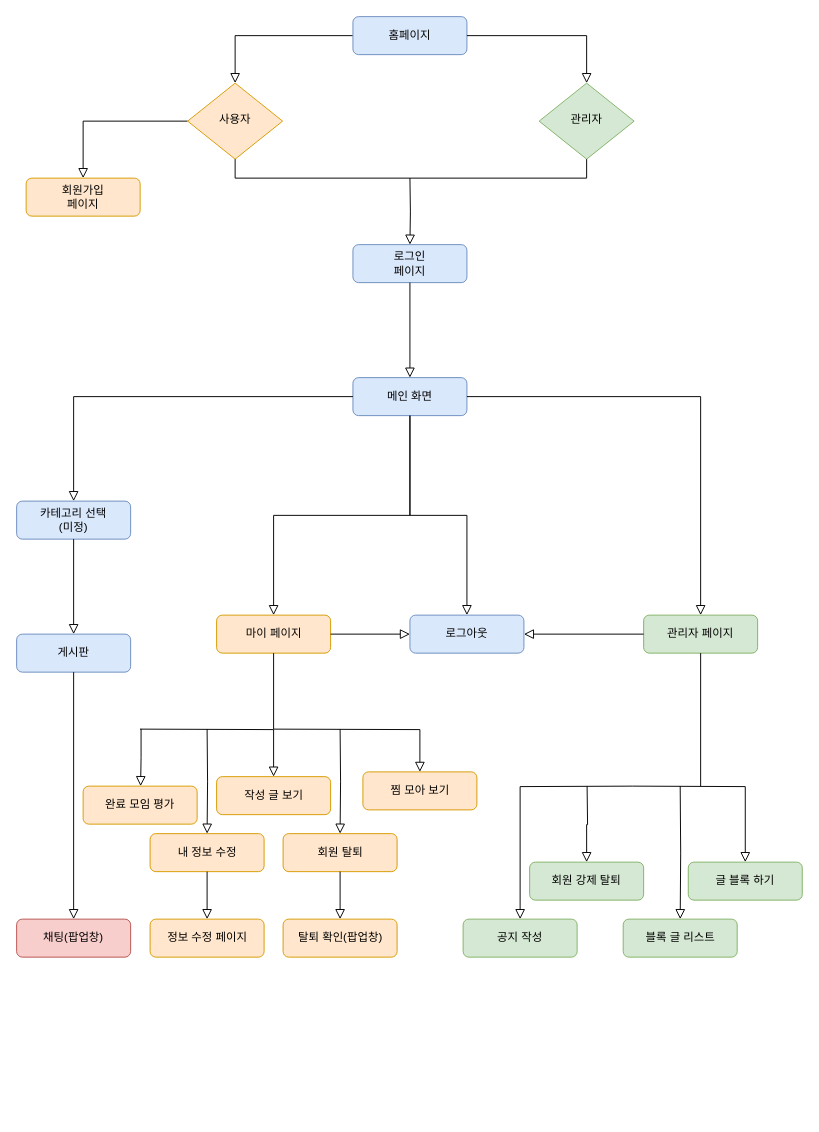
Before: Untitled Diagram.drawio in jypark4205/Guham, a draw.io diagram. Source tidied: cells renumbered, new cells numbered last; positions are measured from the earlier drawing's top-left corner, leaving out a move shared by most shapes. Both pictures are drawn from the tidied source at 95%, with x=0, y=0 at pixel (16, 16).
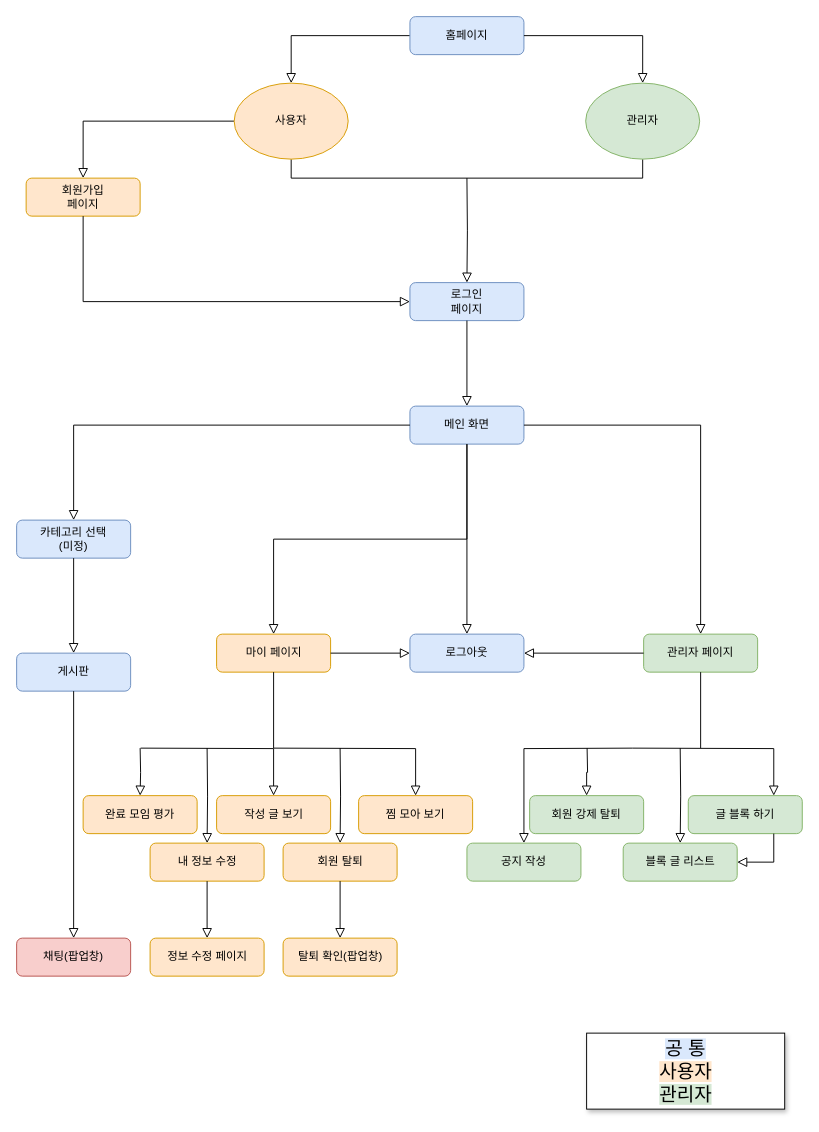
After the change.

The change refers to these unchanged cells:
```xml
<mxCell id="10" value="회원가입&lt;br&gt;페이지" style="rounded=1;whiteSpace=wrap;html=1;fontSize=12;glass=0;strokeWidth=1;shadow=0;fillColor=#ffe6cc;strokeColor=#d79b00;" parent="1" vertex="1">
  <mxGeometry x="10" y="170" width="120" height="40" as="geometry" />
</mxCell>
```

Diff of the diagram source:
```diff
@@
-    <mxCell id="2" style="rounded=0;html=1;jettySize=auto;fontSize=11;endArrow=block;endFill=0;endSize=8;strokeWidth=1;shadow=0;labelBackgroundColor=none;edgeStyle=orthogonalEdgeStyle;exitX=0;exitY=0.5;exitDx=0;exitDy=0;" parent="1" edge="1" source="3" target="5">
+    <mxCell id="2" style="rounded=0;html=1;jettySize=auto;fontSize=11;endArrow=block;endFill=0;endSize=8;strokeWidth=1;shadow=0;labelBackgroundColor=none;edgeStyle=orthogonalEdgeStyle;exitX=0;exitY=0.5;exitDx=0;exitDy=0;entryX=0.5;entryY=0;entryDx=0;entryDy=0;" parent="1" edge="1" source="3" target="5">
       <mxGeometry relative="1" as="geometry" />
     </mxCell>
     <mxCell id="3" value="홈페이지" style="rounded=1;whiteSpace=wrap;html=1;fontSize=12;glass=0;strokeWidth=1;shadow=0;fillColor=#dae8fc;strokeColor=#6c8ebf;" parent="1" vertex="1">
-      <mxGeometry x="354" width="120" height="40" as="geometry" />
+      <mxGeometry x="414" width="120" height="40" as="geometry" />
     </mxCell>
-    <mxCell id="4" style="rounded=0;html=1;jettySize=auto;fontSize=11;endArrow=block;endFill=0;endSize=8;strokeWidth=1;shadow=0;labelBackgroundColor=none;edgeStyle=orthogonalEdgeStyle;entryX=0.5;entryY=0;entryDx=0;entryDy=0;" parent="1" edge="1" source="5" target="10">
+    <mxCell id="4" style="rounded=0;html=1;jettySize=auto;fontSize=11;endArrow=block;endFill=0;endSize=8;strokeWidth=1;shadow=0;labelBackgroundColor=none;edgeStyle=orthogonalEdgeStyle;entryX=0.5;entryY=0;entryDx=0;entryDy=0;exitX=0;exitY=0.5;exitDx=0;exitDy=0;" parent="1" edge="1" source="5" target="10">
       <mxGeometry y="20" relative="1" as="geometry" />
     </mxCell>
-    <mxCell id="5" value="사용자" style="rhombus;whiteSpace=wrap;html=1;shadow=0;fontFamily=Helvetica;fontSize=12;align=center;strokeWidth=1;spacing=6;spacingTop=-4;fillColor=#ffe6cc;strokeColor=#d79b00;" parent="1" vertex="1">
-      <mxGeometry x="180" y="70" width="100" height="80" as="geometry" />
-    </mxCell>
     <mxCell id="6" value="공지 작성" style="rounded=1;whiteSpace=wrap;html=1;fontSize=12;glass=0;strokeWidth=1;shadow=0;fillColor=#d5e8d4;strokeColor=#82b366;" parent="1" vertex="1">
-      <mxGeometry x="470" y="950" width="120" height="40" as="geometry" />
+      <mxGeometry x="474" y="870" width="120" height="40" as="geometry" />
     </mxCell>
     <mxCell id="7" value="로그인&lt;br&gt;페이지" style="rounded=1;whiteSpace=wrap;html=1;fontSize=12;glass=0;strokeWidth=1;shadow=0;fillColor=#dae8fc;strokeColor=#6c8ebf;" parent="1" vertex="1">
-      <mxGeometry x="354" y="240" width="120" height="40" as="geometry" />
+      <mxGeometry x="414" y="280" width="120" height="40" as="geometry" />
     </mxCell>
-    <mxCell id="8" value="관리자" style="rhombus;whiteSpace=wrap;html=1;shadow=0;fontFamily=Helvetica;fontSize=12;align=center;strokeWidth=1;spacing=6;spacingTop=-4;fillColor=#d5e8d4;strokeColor=#82b366;" parent="1" vertex="1">
-      <mxGeometry x="550" y="70" width="100" height="80" as="geometry" />
-    </mxCell>
-    <mxCell id="9" style="rounded=0;html=1;jettySize=auto;fontSize=11;endArrow=block;endFill=0;endSize=8;strokeWidth=1;shadow=0;labelBackgroundColor=none;edgeStyle=orthogonalEdgeStyle;exitX=1;exitY=0.5;exitDx=0;exitDy=0;" parent="1" edge="1" source="3" target="8">
+    <mxCell id="9" style="rounded=0;html=1;jettySize=auto;fontSize=11;endArrow=block;endFill=0;endSize=8;strokeWidth=1;shadow=0;labelBackgroundColor=none;edgeStyle=orthogonalEdgeStyle;exitX=1;exitY=0.5;exitDx=0;exitDy=0;entryX=0.5;entryY=0;entryDx=0;entryDy=0;" parent="1" edge="1" source="3" target="8">
       <mxGeometry relative="1" as="geometry" />
     </mxCell>
@@
     <mxCell id="11" value="메인 화면" style="rounded=1;whiteSpace=wrap;html=1;fontSize=12;glass=0;strokeWidth=1;shadow=0;fillColor=#dae8fc;strokeColor=#6c8ebf;" parent="1" vertex="1">
-      <mxGeometry x="354" y="380" width="120" height="40" as="geometry" />
+      <mxGeometry x="414" y="410" width="120" height="40" as="geometry" />
     </mxCell>
     <mxCell id="12" value="카테고리 선택&lt;br&gt;(미정)" style="rounded=1;whiteSpace=wrap;html=1;fontSize=12;glass=0;strokeWidth=1;shadow=0;fillColor=#dae8fc;strokeColor=#6c8ebf;" parent="1" vertex="1">
-      <mxGeometry y="510" width="120" height="40" as="geometry" />
+      <mxGeometry y="530" width="120" height="40" as="geometry" />
     </mxCell>
     <mxCell id="13" value="마이 페이지" style="rounded=1;whiteSpace=wrap;html=1;fontSize=12;glass=0;strokeWidth=1;shadow=0;fillColor=#ffe6cc;strokeColor=#d79b00;" parent="1" vertex="1">
-      <mxGeometry x="210.5" y="630" width="120" height="40" as="geometry" />
+      <mxGeometry x="210.5" y="650" width="120" height="40" as="geometry" />
     </mxCell>
     <mxCell id="14" value="게시판" style="rounded=1;whiteSpace=wrap;html=1;fontSize=12;glass=0;strokeWidth=1;shadow=0;fillColor=#dae8fc;strokeColor=#6c8ebf;" parent="1" vertex="1">
-      <mxGeometry y="650" width="120" height="40" as="geometry" />
+      <mxGeometry y="670" width="120" height="40" as="geometry" />
     </mxCell>
     <mxCell id="15" value="채팅(팝업창)" style="rounded=1;whiteSpace=wrap;html=1;fontSize=12;glass=0;strokeWidth=1;shadow=0;fillColor=#f8cecc;strokeColor=#b85450;" parent="1" vertex="1">
-      <mxGeometry y="950" width="120" height="40" as="geometry" />
+      <mxGeometry y="970" width="120" height="40" as="geometry" />
     </mxCell>
     <mxCell id="16" value="완료 모임 평가" style="rounded=1;whiteSpace=wrap;html=1;fontSize=12;glass=0;strokeWidth=1;shadow=0;fillColor=#ffe6cc;strokeColor=#d79b00;" parent="1" vertex="1">
-      <mxGeometry x="70" y="810" width="120" height="40" as="geometry" />
+      <mxGeometry x="70" y="820" width="120" height="40" as="geometry" />
     </mxCell>
     <mxCell id="17" value="작성 글 보기" style="rounded=1;whiteSpace=wrap;html=1;fontSize=12;glass=0;strokeWidth=1;shadow=0;fillColor=#ffe6cc;strokeColor=#d79b00;" parent="1" vertex="1">
-      <mxGeometry x="210.5" y="800" width="120" height="40" as="geometry" />
+      <mxGeometry x="210.5" y="820" width="120" height="40" as="geometry" />
     </mxCell>
     <mxCell id="18" value="찜 모아 보기" style="rounded=1;whiteSpace=wrap;html=1;fontSize=12;glass=0;strokeWidth=1;shadow=0;fillColor=#ffe6cc;strokeColor=#d79b00;" parent="1" vertex="1">
-      <mxGeometry x="364.5" y="795" width="120" height="40" as="geometry" />
+      <mxGeometry x="360" y="820" width="120" height="40" as="geometry" />
     </mxCell>
     <mxCell id="19" value="내 정보 수정" style="rounded=1;whiteSpace=wrap;html=1;fontSize=12;glass=0;strokeWidth=1;shadow=0;fillColor=#ffe6cc;strokeColor=#d79b00;" parent="1" vertex="1">
-      <mxGeometry x="140.5" y="860" width="120" height="40" as="geometry" />
+      <mxGeometry x="140.5" y="870" width="120" height="40" as="geometry" />
     </mxCell>
     <mxCell id="20" value="회원 탈퇴" style="rounded=1;whiteSpace=wrap;html=1;fontSize=12;glass=0;strokeWidth=1;shadow=0;fillColor=#ffe6cc;strokeColor=#d79b00;" parent="1" vertex="1">
-      <mxGeometry x="280.5" y="860" width="120" height="40" as="geometry" />
+      <mxGeometry x="280.5" y="870" width="120" height="40" as="geometry" />
     </mxCell>
     <mxCell id="21" value="정보 수정 페이지" style="rounded=1;whiteSpace=wrap;html=1;fontSize=12;glass=0;strokeWidth=1;shadow=0;fillColor=#ffe6cc;strokeColor=#d79b00;" parent="1" vertex="1">
-      <mxGeometry x="140.5" y="950" width="120" height="40" as="geometry" />
+      <mxGeometry x="140.5" y="970" width="120" height="40" as="geometry" />
     </mxCell>
     <mxCell id="22" value="탈퇴 확인(팝업창)" style="rounded=1;whiteSpace=wrap;html=1;fontSize=12;glass=0;strokeWidth=1;shadow=0;fillColor=#ffe6cc;strokeColor=#d79b00;" parent="1" vertex="1">
-      <mxGeometry x="280.5" y="950" width="120" height="40" as="geometry" />
+      <mxGeometry x="280.5" y="970" width="120" height="40" as="geometry" />
     </mxCell>
@@
     <mxCell id="29" style="rounded=0;html=1;jettySize=auto;fontSize=11;endArrow=block;endFill=0;endSize=8;strokeWidth=1;shadow=0;labelBackgroundColor=none;edgeStyle=orthogonalEdgeStyle;" parent="1" edge="1" target="17">
       <mxGeometry relative="1" as="geometry">
-        <mxPoint x="130.5" y="750" as="sourcePoint" />
+        <mxPoint x="130.5" y="770" as="sourcePoint" />
       </mxGeometry>
     </mxCell>
     <mxCell id="30" style="rounded=0;html=1;jettySize=auto;fontSize=11;endArrow=block;endFill=0;endSize=8;strokeWidth=1;shadow=0;labelBackgroundColor=none;edgeStyle=orthogonalEdgeStyle;entryX=0.5;entryY=0;entryDx=0;entryDy=0;" parent="1" edge="1" target="18">
       <mxGeometry relative="1" as="geometry">
-        <mxPoint x="270.5" y="750" as="sourcePoint" />
+        <mxPoint x="270.5" y="770" as="sourcePoint" />
       </mxGeometry>
     </mxCell>
     <mxCell id="31" style="rounded=0;html=1;jettySize=auto;fontSize=11;endArrow=block;endFill=0;endSize=8;strokeWidth=1;shadow=0;labelBackgroundColor=none;edgeStyle=orthogonalEdgeStyle;exitX=0.5;exitY=1;exitDx=0;exitDy=0;entryX=0.5;entryY=0;entryDx=0;entryDy=0;" parent="1" edge="1" target="19">
       <mxGeometry relative="1" as="geometry">
-        <mxPoint x="200.5" y="750" as="sourcePoint" />
+        <mxPoint x="200.5" y="770" as="sourcePoint" />
       </mxGeometry>
     </mxCell>
     <mxCell id="32" style="rounded=0;html=1;jettySize=auto;fontSize=11;endArrow=block;endFill=0;endSize=8;strokeWidth=1;shadow=0;labelBackgroundColor=none;edgeStyle=orthogonalEdgeStyle;entryX=0.5;entryY=0;entryDx=0;entryDy=0;startArrow=none;" parent="1" edge="1" target="20">
       <mxGeometry relative="1" as="geometry">
-        <mxPoint x="340.5" y="750" as="sourcePoint" />
+        <mxPoint x="340.5" y="770" as="sourcePoint" />
       </mxGeometry>
     </mxCell>
@@
-    <mxCell id="36" style="endArrow=none;html=1;rounded=0;entryX=0.5;entryY=1;entryDx=0;entryDy=0;exitX=0.5;exitY=1;exitDx=0;exitDy=0;" parent="1" edge="1" source="5" target="8">
+    <mxCell id="36" style="endArrow=none;html=1;rounded=0;exitX=0.5;exitY=1;exitDx=0;exitDy=0;entryX=0.5;entryY=1;entryDx=0;entryDy=0;" parent="1" edge="1" source="5" target="8">
       <mxGeometry relative="1" as="geometry">
         <Array as="points">
-          <mxPoint x="230" y="170" />
-          <mxPoint x="600" y="170" />
+          <mxPoint x="289" y="170" />
+          <mxPoint x="659" y="170" />
         </Array>
       </mxGeometry>
     </mxCell>
     <mxCell id="37" style="rounded=0;html=1;jettySize=auto;fontSize=11;endArrow=block;endFill=0;endSize=8;strokeWidth=1;shadow=0;labelBackgroundColor=none;edgeStyle=orthogonalEdgeStyle;entryX=0.5;entryY=0;entryDx=0;entryDy=0;" parent="1" edge="1" target="7">
       <mxGeometry relative="1" as="geometry">
-        <mxPoint x="414" y="170" as="sourcePoint" />
+        <mxPoint x="474" y="170" as="sourcePoint" />
       </mxGeometry>
     </mxCell>
     <mxCell id="38" value="로그아웃" style="rounded=1;whiteSpace=wrap;html=1;fontSize=12;glass=0;strokeWidth=1;shadow=0;fillColor=#dae8fc;strokeColor=#6c8ebf;" parent="1" vertex="1">
-      <mxGeometry x="414" y="630" width="120" height="40" as="geometry" />
+      <mxGeometry x="414" y="650" width="120" height="40" as="geometry" />
     </mxCell>
     <mxCell id="39" value="글 블록 하기" style="rounded=1;whiteSpace=wrap;html=1;fontSize=12;glass=0;strokeWidth=1;shadow=0;fillColor=#d5e8d4;strokeColor=#82b366;" parent="1" vertex="1">
-      <mxGeometry x="707" y="890" width="120" height="40" as="geometry" />
+      <mxGeometry x="707" y="820" width="120" height="40" as="geometry" />
     </mxCell>
     <mxCell id="40" value="회원 강제 탈퇴" style="rounded=1;whiteSpace=wrap;html=1;fontSize=12;glass=0;strokeWidth=1;shadow=0;fillColor=#d5e8d4;strokeColor=#82b366;" parent="1" vertex="1">
-      <mxGeometry x="540" y="890" width="120" height="40" as="geometry" />
+      <mxGeometry x="540" y="820" width="120" height="40" as="geometry" />
     </mxCell>
     <mxCell id="41" value="블록 글 리스트" style="rounded=1;whiteSpace=wrap;html=1;fontSize=12;glass=0;strokeWidth=1;shadow=0;fillColor=#d5e8d4;strokeColor=#82b366;" parent="1" vertex="1">
-      <mxGeometry x="638.5" y="950" width="120" height="40" as="geometry" />
+      <mxGeometry x="638.5" y="870" width="120" height="40" as="geometry" />
     </mxCell>
     <mxCell id="42" value="관리자 페이지" style="rounded=1;whiteSpace=wrap;html=1;fontSize=12;glass=0;strokeWidth=1;shadow=0;fillColor=#d5e8d4;strokeColor=#82b366;" parent="1" vertex="1">
-      <mxGeometry x="660" y="630" width="120" height="40" as="geometry" />
+      <mxGeometry x="660" y="650" width="120" height="40" as="geometry" />
     </mxCell>
@@
     <mxCell id="44" style="rounded=0;html=1;jettySize=auto;fontSize=11;endArrow=block;endFill=0;endSize=8;strokeWidth=1;shadow=0;labelBackgroundColor=none;edgeStyle=orthogonalEdgeStyle;entryX=0.5;entryY=0;entryDx=0;entryDy=0;" parent="1" edge="1" target="6">
       <mxGeometry y="20" relative="1" as="geometry">
-        <mxPoint x="648.5" y="810" as="sourcePoint" />
+        <mxPoint x="648.5" y="770" as="sourcePoint" />
       </mxGeometry>
     </mxCell>
     <mxCell id="45" style="rounded=0;html=1;jettySize=auto;fontSize=11;endArrow=block;endFill=0;endSize=8;strokeWidth=1;shadow=0;labelBackgroundColor=none;edgeStyle=orthogonalEdgeStyle;" parent="1" edge="1" target="41">
       <mxGeometry y="20" relative="1" as="geometry">
-        <mxPoint x="698.5" y="810" as="sourcePoint" />
+        <mxPoint x="698.5" y="770" as="sourcePoint" />
       </mxGeometry>
     </mxCell>
-    <mxCell id="46" style="rounded=0;html=1;jettySize=auto;fontSize=11;endArrow=block;endFill=0;endSize=8;strokeWidth=1;shadow=0;labelBackgroundColor=none;edgeStyle=orthogonalEdgeStyle;" parent="1" edge="1" target="39">
+    <mxCell id="46" style="rounded=0;html=1;jettySize=auto;fontSize=11;endArrow=block;endFill=0;endSize=8;strokeWidth=1;shadow=0;labelBackgroundColor=none;edgeStyle=orthogonalEdgeStyle;entryX=0.75;entryY=0;entryDx=0;entryDy=0;" parent="1" edge="1" target="39">
       <mxGeometry y="20" relative="1" as="geometry">
-        <mxPoint x="648.5" y="810" as="sourcePoint" />
+        <mxPoint x="648.5" y="770" as="sourcePoint" />
       </mxGeometry>
     </mxCell>
     <mxCell id="47" style="rounded=0;html=1;jettySize=auto;fontSize=11;endArrow=block;endFill=0;endSize=8;strokeWidth=1;shadow=0;labelBackgroundColor=none;edgeStyle=orthogonalEdgeStyle;entryX=0.5;entryY=0;entryDx=0;entryDy=0;" parent="1" edge="1" target="40">
       <mxGeometry relative="1" as="geometry">
-        <mxPoint x="600.5" y="810" as="sourcePoint" />
+        <mxPoint x="600.5" y="770" as="sourcePoint" />
       </mxGeometry>
     </mxCell>
     <mxCell id="48" style="endArrow=none;html=1;rounded=0;entryX=0.5;entryY=1;entryDx=0;entryDy=0;" parent="1" edge="1" target="42">
       <mxGeometry relative="1" as="geometry">
-        <mxPoint x="720" y="810" as="sourcePoint" />
+        <mxPoint x="720" y="770" as="sourcePoint" />
       </mxGeometry>
     </mxCell>
@@
     <mxCell id="50" style="endArrow=none;html=1;rounded=0;entryX=0.5;entryY=1;entryDx=0;entryDy=0;" parent="1" edge="1" target="13">
       <mxGeometry relative="1" as="geometry">
-        <mxPoint x="270.5" y="750" as="sourcePoint" />
+        <mxPoint x="270.5" y="770" as="sourcePoint" />
       </mxGeometry>
     </mxCell>
-    <mxCell id="51" style="rounded=0;html=1;jettySize=auto;orthogonalLoop=1;fontSize=11;endArrow=block;endFill=0;endSize=8;strokeWidth=1;shadow=0;labelBackgroundColor=none;edgeStyle=orthogonalEdgeStyle;exitX=0.5;exitY=1;exitDx=0;exitDy=0;entryX=0.5;entryY=0;entryDx=0;entryDy=0;" parent="1" edge="1">
-      <mxGeometry relative="1" as="geometry">
-        <mxPoint x="130" y="750" as="sourcePoint" />
-        <mxPoint x="130.5" y="810" as="targetPoint" />
-        <Array as="points">
-          <mxPoint x="131" y="750" />
-          <mxPoint x="131" y="780" />
-        </Array>
-      </mxGeometry>
-    </mxCell>
+    <mxCell id="52" value="&lt;span style=&quot;background-color: rgb(218 , 232 , 252)&quot;&gt;공 통&lt;/span&gt;&lt;br&gt;&lt;span style=&quot;background-color: rgb(255 , 230 , 204)&quot;&gt;사용자&lt;/span&gt;&lt;br&gt;&lt;span style=&quot;background-color: rgb(213 , 232 , 212)&quot;&gt;관리자&lt;/span&gt;" style="rounded=0;whiteSpace=wrap;html=1;shadow=1;labelBackgroundColor=#FFFFFF;fontSize=20;" parent="1" vertex="1">
+      <mxGeometry x="600" y="1070" width="208.5" height="80" as="geometry" />
+    </mxCell>
+    <mxCell id="5" value="사용자" style="ellipse;whiteSpace=wrap;html=1;shadow=0;labelBackgroundColor=none;fontSize=12;fillColor=#ffe6cc;strokeColor=#d79b00;" parent="1" vertex="1">
+      <mxGeometry x="229" y="70" width="120" height="80" as="geometry" />
+    </mxCell>
+    <mxCell id="8" value="관리자" style="ellipse;whiteSpace=wrap;html=1;shadow=0;labelBackgroundColor=none;fontSize=12;fillColor=#d5e8d4;strokeColor=#82b366;" parent="1" vertex="1">
+      <mxGeometry x="599" y="70" width="120" height="80" as="geometry" />
+    </mxCell>
+    <mxCell id="53" style="rounded=0;html=1;jettySize=auto;fontSize=11;endArrow=block;endFill=0;endSize=8;strokeWidth=1;shadow=0;labelBackgroundColor=none;edgeStyle=orthogonalEdgeStyle;exitX=0.5;exitY=1;exitDx=0;exitDy=0;" parent="1" edge="1" target="16">
+      <mxGeometry relative="1" as="geometry">
+        <mxPoint x="130" y="770" as="sourcePoint" />
+      </mxGeometry>
+    </mxCell>
+    <mxCell id="54" style="rounded=0;html=1;jettySize=auto;fontSize=11;endArrow=block;endFill=0;endSize=8;strokeWidth=1;shadow=0;labelBackgroundColor=none;edgeStyle=orthogonalEdgeStyle;entryX=0;entryY=0.5;entryDx=0;entryDy=0;exitX=0.5;exitY=1;exitDx=0;exitDy=0;" parent="1" edge="1" source="10" target="7">
+      <mxGeometry y="20" relative="1" as="geometry" />
+    </mxCell>
+    <mxCell id="55" style="rounded=0;html=1;jettySize=auto;fontSize=11;endArrow=block;endFill=0;endSize=8;strokeWidth=1;shadow=0;labelBackgroundColor=none;edgeStyle=orthogonalEdgeStyle;entryX=1;entryY=0.5;entryDx=0;entryDy=0;exitX=0.75;exitY=1;exitDx=0;exitDy=0;" parent="1" edge="1" source="39" target="41">
+      <mxGeometry relative="1" as="geometry" />
+    </mxCell>
```
